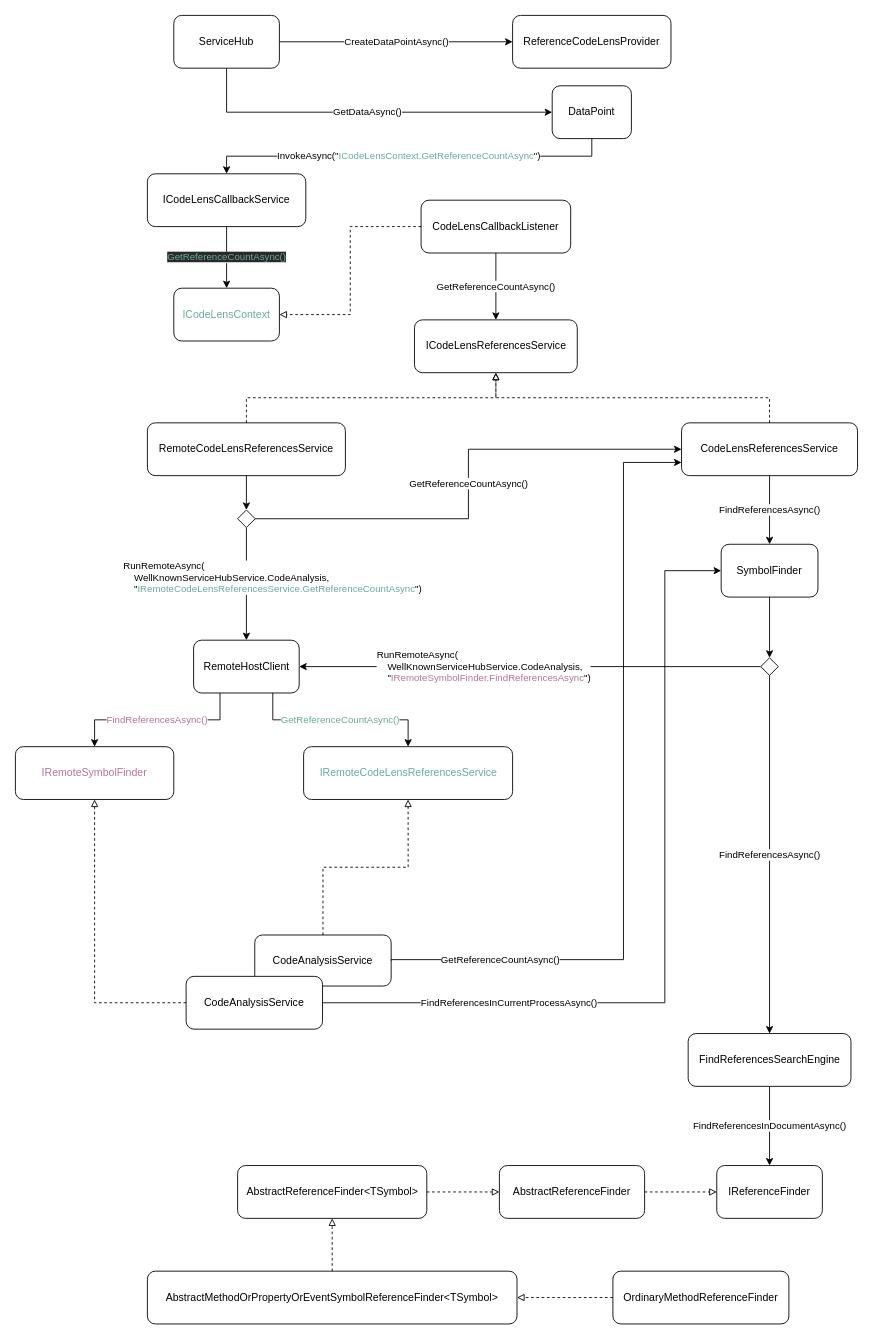
Above: research/references-code-lens-call-graph.drawio in bert2/microscope (draw.io), before the change. Source tidied: cells renumbered, new cells numbered last; positions are measured from the earlier drawing's top-left corner, leaving out a move shared by most shapes. Both pictures are drawn from the tidied source at 88%, with x=0, y=0 at pixel (15, 15).
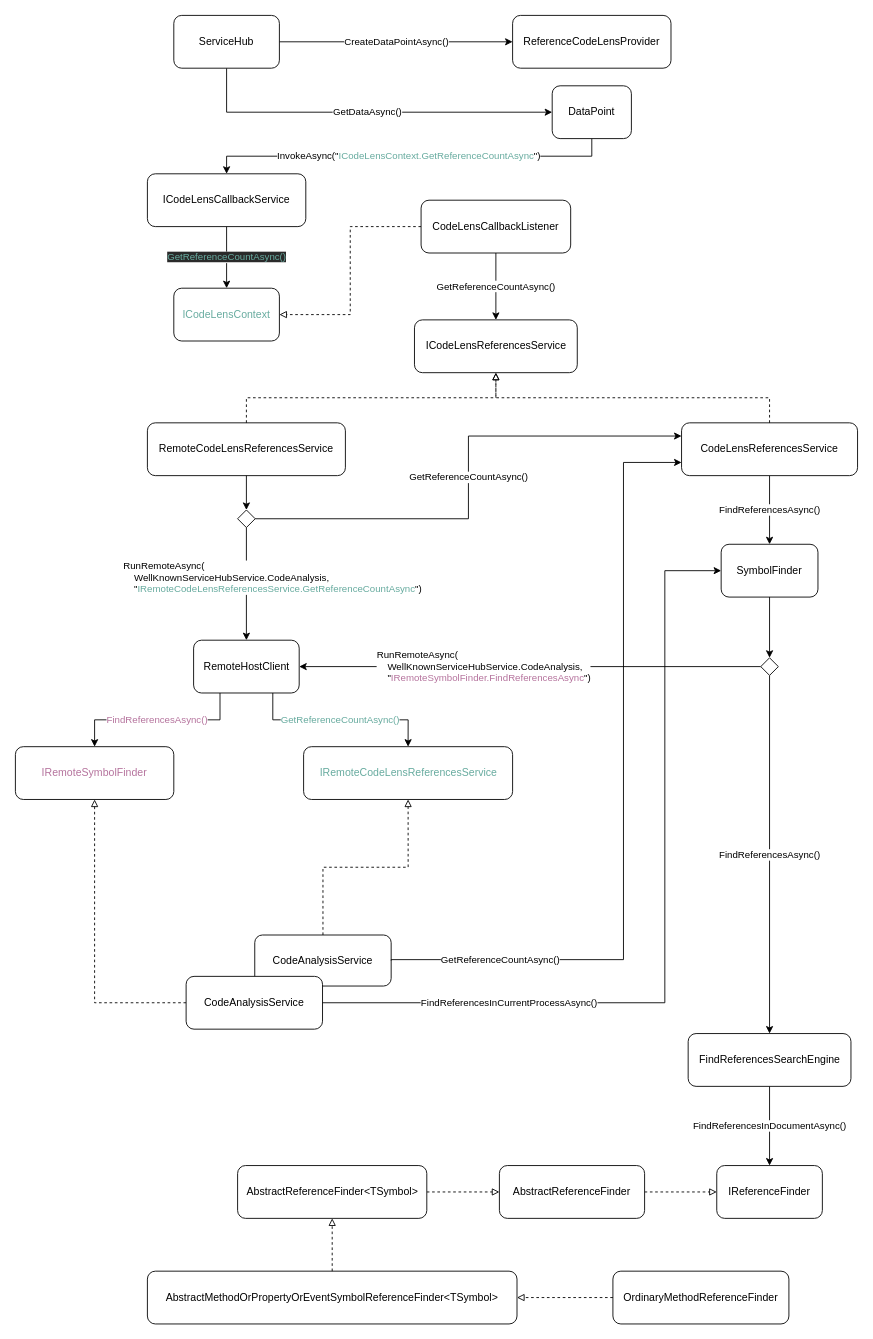
The same page after the edit.

Commit message (it also covers changes not shown here):
fix arrow anchor

Unchanged cells that the change refers to:
```xml
<mxCell id="19" value="CodeLensReferencesService" style="rounded=1;whiteSpace=wrap;html=1;" parent="1" vertex="1">
  <mxGeometry x="757" y="463" width="200" height="60" as="geometry" />
</mxCell>
<mxCell id="32" style="rhombus;whiteSpace=wrap;html=1;" parent="1" vertex="1">
  <mxGeometry x="252.5" y="562" width="20" height="20" as="geometry" />
</mxCell>
```

Change to the diagram source:
```diff
@@
-    <mxCell id="16" value="GetReferenceCountAsync()" style="edgeStyle=orthogonalEdgeStyle;rounded=0;jettySize=auto;html=1;exitX=1;exitY=0.5;exitDx=0;exitDy=0;entryX=0;entryY=0.5;entryDx=0;entryDy=0;" parent="1" edge="1" source="32" target="19">
+    <mxCell id="16" value="GetReferenceCountAsync()" style="edgeStyle=orthogonalEdgeStyle;rounded=0;jettySize=auto;html=1;exitX=1;exitY=0.5;exitDx=0;exitDy=0;entryX=0;entryY=0.25;entryDx=0;entryDy=0;" parent="1" edge="1" source="32" target="19">
       <mxGeometry relative="1" as="geometry" />
     </mxCell>
```
